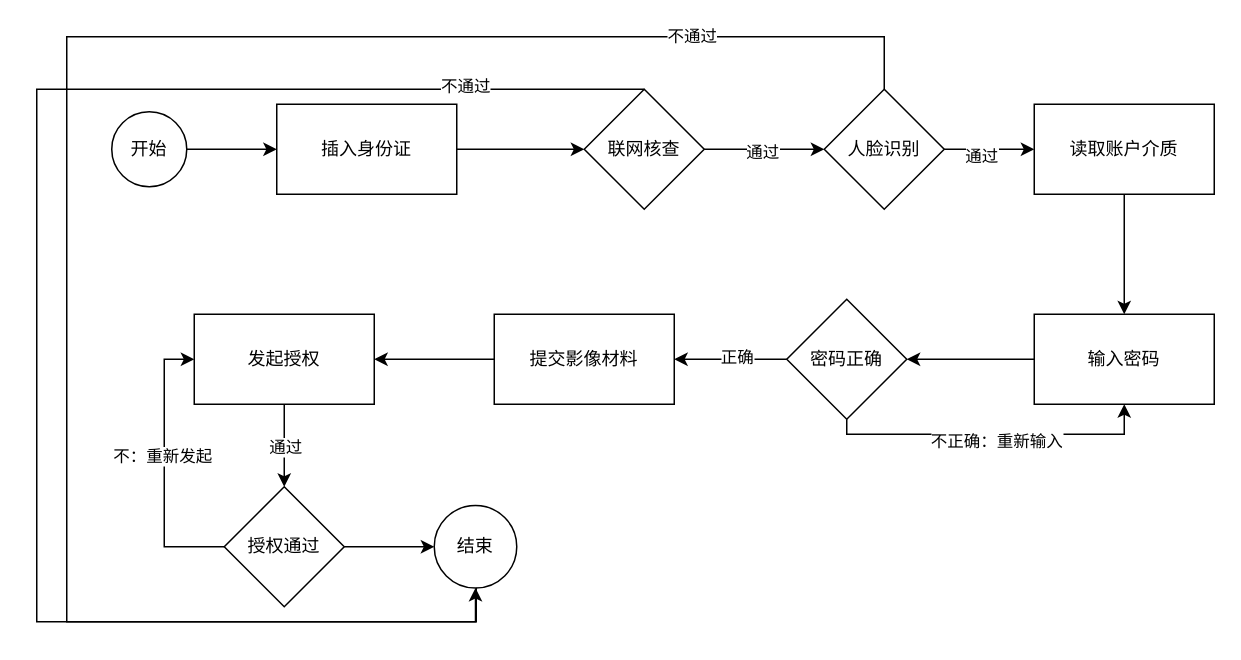
This is flat/移动展业久悬销户.drawio from dadadahei/UML, a draw.io file, before an edit. Source tidied: cells renumbered, new cells numbered last; positions are measured from the earlier drawing's top-left corner, leaving out a move shared by most shapes. Both pictures are drawn from the tidied source at 150%, with x=0, y=0 at pixel (36, 36).
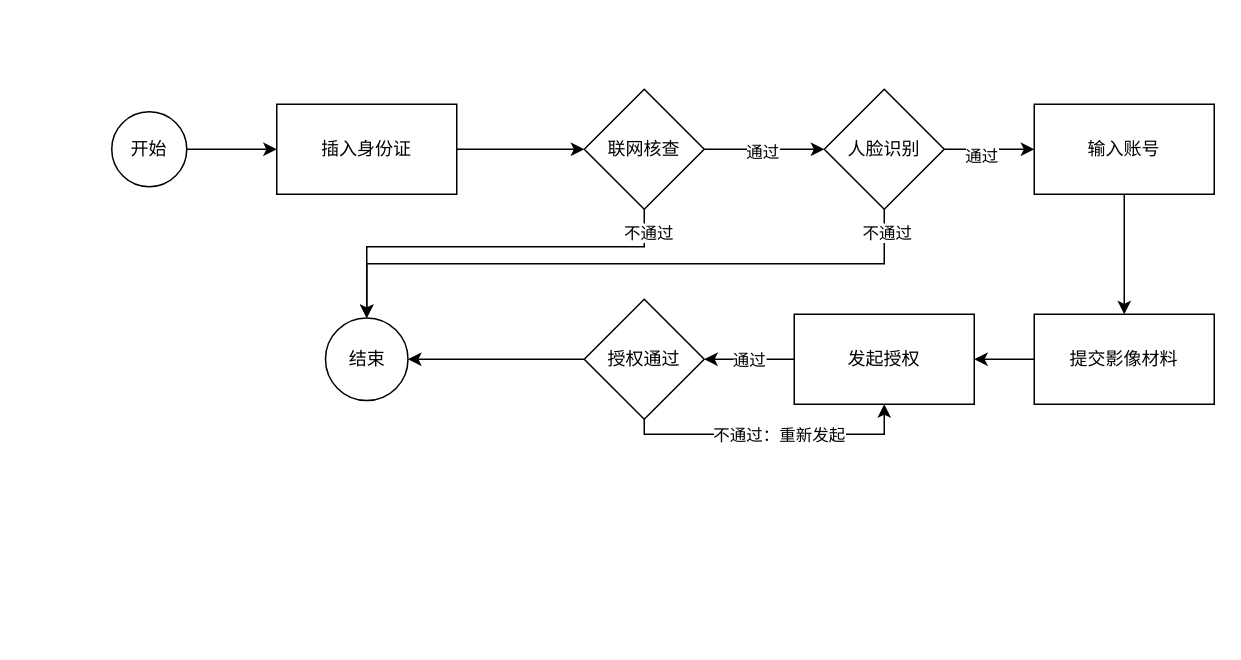
After the change.

Commit message:
移动展业久悬销户-修改流程.drawio

Unchanged cells that the change refers to:
```xml
<mxCell id="10" value="联网核查" style="rhombus;whiteSpace=wrap;html=1;" parent="1" vertex="1">
  <mxGeometry x="365" y="35" width="80" height="80" as="geometry" />
</mxCell>
<mxCell id="15" value="人脸识别" style="rhombus;whiteSpace=wrap;html=1;" parent="1" vertex="1">
  <mxGeometry x="525" y="35" width="80" height="80" as="geometry" />
</mxCell>
```

Diff of the diagram source:
```diff
@@
-    <mxCell id="8" style="edgeStyle=orthogonalEdgeStyle;rounded=0;jettySize=auto;html=1;exitX=0.5;exitY=0;exitDx=0;exitDy=0;" parent="1" edge="1" source="10">
-      <mxGeometry relative="1" as="geometry">
-        <mxPoint x="293" y="350" as="targetPoint" />
-        <Array as="points">
-          <mxPoint y="35" />
-          <mxPoint y="390" />
-          <mxPoint x="293" y="390" />
-        </Array>
-      </mxGeometry>
-    </mxCell>
-    <mxCell id="9" value="不通过" style="edgeLabel;html=1;align=center;verticalAlign=middle;" parent="8" vertex="1">
-      <mxGeometry x="-0.78" y="-3" relative="1" as="geometry" />
-    </mxCell>
+    <mxCell id="35" style="edgeStyle=orthogonalEdgeStyle;rounded=0;jettySize=auto;html=1;entryX=0.5;entryY=0;entryDx=0;entryDy=0;" parent="1" edge="1" source="10" target="34">
+      <mxGeometry relative="1" as="geometry">
+        <Array as="points">
+          <mxPoint x="405" y="140" />
+          <mxPoint x="220" y="140" />
+        </Array>
+      </mxGeometry>
+    </mxCell>
+    <mxCell id="36" value="不通过" style="edgeLabel;html=1;align=center;verticalAlign=middle;" parent="35" vertex="1">
+      <mxGeometry x="-0.88" y="2" relative="1" as="geometry" />
+    </mxCell>
@@
-    <mxCell id="13" style="edgeStyle=orthogonalEdgeStyle;rounded=0;jettySize=auto;html=1;entryX=0.5;entryY=1;entryDx=0;entryDy=0;" parent="1" edge="1" source="15" target="34">
-      <mxGeometry relative="1" as="geometry">
-        <Array as="points">
-          <mxPoint x="565" />
-          <mxPoint x="20" />
-          <mxPoint x="20" y="390" />
-          <mxPoint x="293" y="390" />
-        </Array>
-      </mxGeometry>
+    <mxCell id="13" style="edgeStyle=orthogonalEdgeStyle;rounded=0;jettySize=auto;html=1;entryX=0.5;entryY=0;entryDx=0;entryDy=0;exitX=0.5;exitY=1;exitDx=0;exitDy=0;" parent="1" edge="1" source="15" target="34">
+      <mxGeometry relative="1" as="geometry" />
     </mxCell>
-    <mxCell id="14" value="不通过" style="edgeLabel;html=1;align=center;verticalAlign=middle;" parent="13" vertex="1">
-      <mxGeometry x="-0.74" y="-1" relative="1" as="geometry" />
-    </mxCell>
+    <mxCell id="37" value="不通过" style="edgeLabel;html=1;align=center;verticalAlign=middle;" parent="13" vertex="1">
+      <mxGeometry x="-0.93" y="1" relative="1" as="geometry" />
+    </mxCell>
@@
-    <mxCell id="16" style="edgeStyle=orthogonalEdgeStyle;rounded=0;jettySize=auto;html=1;" parent="1" edge="1" source="17" target="19">
-      <mxGeometry relative="1" as="geometry" />
+    <mxCell id="16" style="edgeStyle=orthogonalEdgeStyle;rounded=0;jettySize=auto;html=1;" parent="1" edge="1" source="17">
+      <mxGeometry relative="1" as="geometry">
+        <mxPoint x="725" y="185" as="targetPoint" />
+      </mxGeometry>
     </mxCell>
-    <mxCell id="17" value="读取账户介质" style="whiteSpace=wrap;html=1;" parent="1" vertex="1">
+    <mxCell id="17" value="输入账号" style="whiteSpace=wrap;html=1;" parent="1" vertex="1">
       <mxGeometry x="665" y="45" width="120" height="60" as="geometry" />
     </mxCell>
-    <mxCell id="18" style="edgeStyle=orthogonalEdgeStyle;rounded=0;jettySize=auto;html=1;" parent="1" edge="1" source="19" target="24">
-      <mxGeometry relative="1" as="geometry" />
-    </mxCell>
-    <mxCell id="19" value="输入密码" style="whiteSpace=wrap;html=1;" parent="1" vertex="1">
-      <mxGeometry x="665" y="185" width="120" height="60" as="geometry" />
-    </mxCell>
-    <mxCell id="20" style="edgeStyle=orthogonalEdgeStyle;rounded=0;jettySize=auto;html=1;entryX=0.5;entryY=1;entryDx=0;entryDy=0;exitX=0.5;exitY=1;exitDx=0;exitDy=0;" parent="1" edge="1" source="24" target="19">
-      <mxGeometry relative="1" as="geometry">
-        <Array as="points">
-          <mxPoint x="540" y="265" />
-          <mxPoint x="725" y="265" />
-        </Array>
-      </mxGeometry>
-    </mxCell>
-    <mxCell id="21" value="不正确：重新输入" style="edgeLabel;html=1;align=center;verticalAlign=middle;" parent="20" vertex="1">
-      <mxGeometry x="0.01" y="-4" relative="1" as="geometry" />
-    </mxCell>
-    <mxCell id="22" style="edgeStyle=orthogonalEdgeStyle;rounded=0;jettySize=auto;html=1;" parent="1" edge="1" source="24" target="26">
-      <mxGeometry relative="1" as="geometry" />
-    </mxCell>
-    <mxCell id="23" value="正确" style="edgeLabel;html=1;align=center;verticalAlign=middle;" parent="22" vertex="1">
-      <mxGeometry x="-0.1" y="-2" relative="1" as="geometry" />
-    </mxCell>
-    <mxCell id="24" value="密码正确" style="rhombus;whiteSpace=wrap;html=1;" parent="1" vertex="1">
-      <mxGeometry x="500" y="175" width="80" height="80" as="geometry" />
-    </mxCell>
@@
     <mxCell id="26" value="提交影像材料" style="whiteSpace=wrap;html=1;" parent="1" vertex="1">
-      <mxGeometry x="305" y="185" width="120" height="60" as="geometry" />
+      <mxGeometry x="665" y="185" width="120" height="60" as="geometry" />
     </mxCell>
@@
     <mxCell id="29" value="发起授权" style="whiteSpace=wrap;html=1;" parent="1" vertex="1">
-      <mxGeometry x="105" y="185" width="120" height="60" as="geometry" />
+      <mxGeometry x="505" y="185" width="120" height="60" as="geometry" />
     </mxCell>
@@
+    <mxCell id="34" value="结束" style="ellipse;whiteSpace=wrap;html=1;" parent="1" vertex="1">
+      <mxGeometry x="192.5" y="187.5" width="55" height="55" as="geometry" />
+    </mxCell>
-    <mxCell id="31" style="edgeStyle=orthogonalEdgeStyle;rounded=0;jettySize=auto;html=1;entryX=0;entryY=0.5;entryDx=0;entryDy=0;" parent="1" edge="1" source="33" target="29">
+    <mxCell id="31" style="edgeStyle=orthogonalEdgeStyle;rounded=0;jettySize=auto;html=1;entryX=0.5;entryY=1;entryDx=0;entryDy=0;" parent="1" edge="1" source="33" target="29">
       <mxGeometry relative="1" as="geometry">
         <Array as="points">
-          <mxPoint x="85" y="340" />
-          <mxPoint x="85" y="215" />
+          <mxPoint x="405" y="265" />
+          <mxPoint x="565" y="265" />
         </Array>
       </mxGeometry>
     </mxCell>
-    <mxCell id="32" value="不：重新发起" style="edgeLabel;html=1;align=center;verticalAlign=middle;" parent="31" vertex="1">
-      <mxGeometry x="0.09" y="2" relative="1" as="geometry" />
-    </mxCell>
+    <mxCell id="38" value="不通过：重新发起" style="edgeLabel;html=1;align=center;verticalAlign=middle;" parent="31" vertex="1">
+      <mxGeometry x="0.04" relative="1" as="geometry" />
+    </mxCell>
     <mxCell id="33" value="授权通过" style="rhombus;whiteSpace=wrap;html=1;" parent="1" vertex="1">
-      <mxGeometry x="125" y="300" width="80" height="80" as="geometry" />
+      <mxGeometry x="365" y="175" width="80" height="80" as="geometry" />
     </mxCell>
-    <mxCell id="34" value="结束" style="ellipse;whiteSpace=wrap;html=1;" parent="1" vertex="1">
-      <mxGeometry x="265" y="312.5" width="55" height="55" as="geometry" />
-    </mxCell>
```
